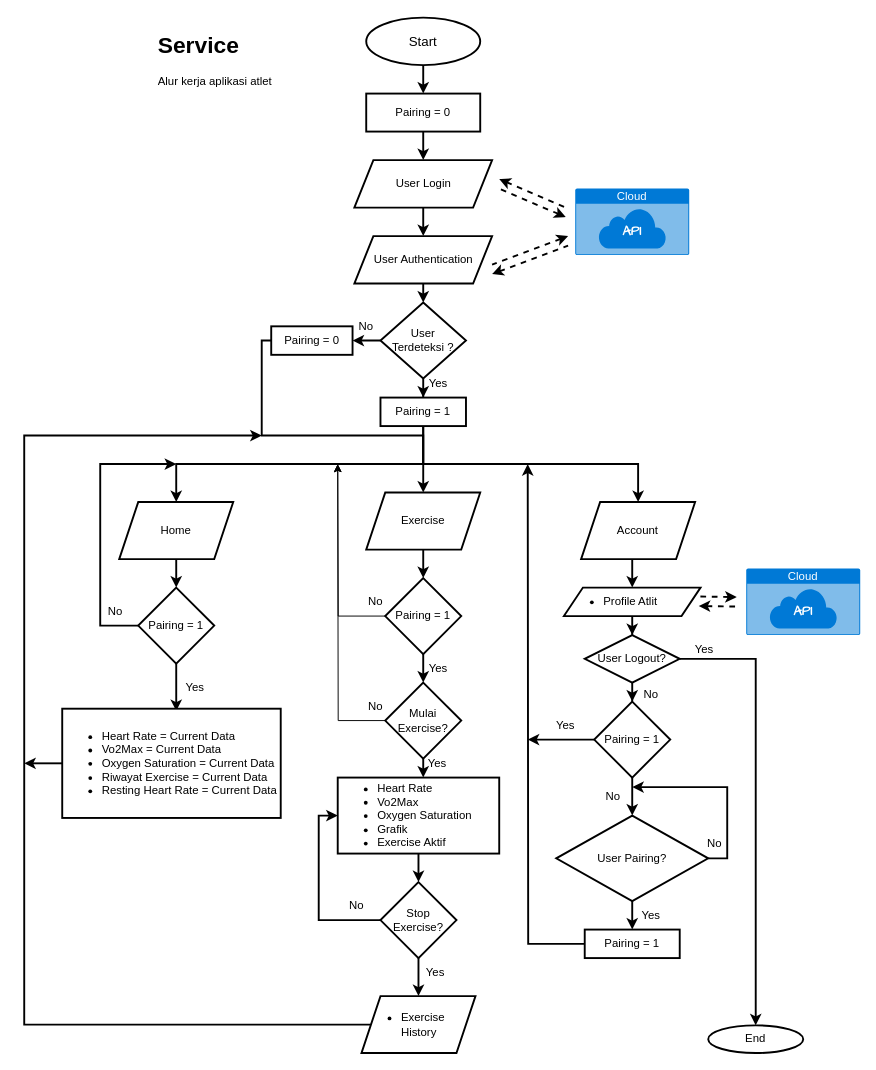
Before: Smartwatch.drawio in ilhamdestyo/draw.io, a draw.io diagram. Source tidied: cells renumbered, new cells numbered last; positions are measured from the earlier drawing's top-left corner, leaving out a move shared by most shapes. Both pictures are drawn from the tidied source at 95%, with x=0, y=0 at pixel (24, 17).
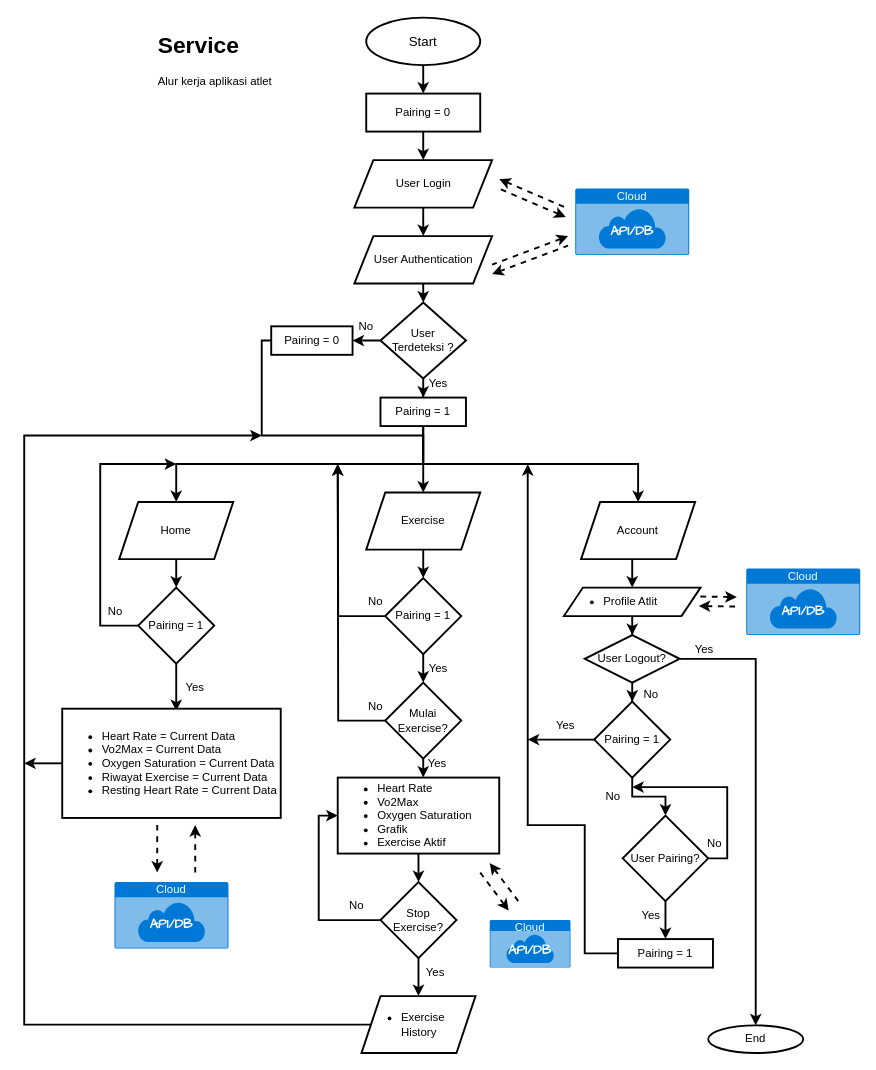
After the change.

The change refers to these unchanged cells:
```xml
<mxCell id="12" style="group;strokeWidth=2;" parent="1" vertex="1">
  <mxGeometry x="760" y="580" width="120" height="70" as="geometry" />
</mxCell>
<mxCell id="15" style="group;strokeWidth=2;" parent="1" vertex="1">
  <mxGeometry x="492.5" y="170" width="207.5" height="100" as="geometry" />
</mxCell>
<mxCell id="43" value="Pairing = 1" style="rhombus;whiteSpace=wrap;html=1;strokeWidth=2;" parent="1" vertex="1">
  <mxGeometry x="380" y="590" width="80" height="80" as="geometry" />
</mxCell>
<mxCell id="63" value="Mulai&lt;br&gt;Exercise?" style="rhombus;whiteSpace=wrap;html=1;strokeWidth=2;" parent="1" vertex="1">
  <mxGeometry x="380" y="700" width="80" height="80" as="geometry" />
</mxCell>
```

Diff of the diagram source:
```diff
@@
-    <mxCell id="14" value="&lt;font color=&quot;#ffffff&quot; face=&quot;Comic Sans MS&quot; style=&quot;font-size: 14px;&quot;&gt;&lt;b&gt;API&lt;/b&gt;&lt;/font&gt;" style="text;html=1;strokeColor=none;fillColor=none;align=center;verticalAlign=middle;whiteSpace=wrap;rounded=0;strokeWidth=2;" parent="12" vertex="1">
+    <mxCell id="14" value="&lt;font color=&quot;#ffffff&quot; face=&quot;Comic Sans MS&quot; style=&quot;font-size: 14px;&quot;&gt;&lt;b&gt;API/DB&lt;/b&gt;&lt;/font&gt;" style="text;html=1;strokeColor=none;fillColor=none;align=center;verticalAlign=middle;whiteSpace=wrap;rounded=0;strokeWidth=2;" parent="12" vertex="1">
       <mxGeometry x="30" y="30" width="60" height="30" as="geometry" />
     </mxCell>
@@
-    <mxCell id="21" value="&lt;font color=&quot;#ffffff&quot; face=&quot;Comic Sans MS&quot; style=&quot;font-size: 14px;&quot;&gt;&lt;b&gt;API&lt;/b&gt;&lt;/font&gt;" style="text;html=1;strokeColor=none;fillColor=none;align=center;verticalAlign=middle;whiteSpace=wrap;rounded=0;strokeWidth=2;" parent="15" vertex="1">
+    <mxCell id="21" value="&lt;font color=&quot;#ffffff&quot; face=&quot;Comic Sans MS&quot; style=&quot;font-size: 14px;&quot;&gt;&lt;b&gt;API/DB&lt;/b&gt;&lt;/font&gt;" style="text;html=1;strokeColor=none;fillColor=none;align=center;verticalAlign=middle;whiteSpace=wrap;rounded=0;strokeWidth=2;" parent="15" vertex="1">
       <mxGeometry x="117.5" y="40" width="60" height="30" as="geometry" />
     </mxCell>
     <mxCell id="22" style="edgeStyle=orthogonalEdgeStyle;rounded=0;jettySize=auto;html=1;strokeWidth=2;exitX=0;exitY=0.5;exitDx=0;exitDy=0;" parent="1" edge="1" source="84">
       <mxGeometry relative="1" as="geometry">
         <mxPoint x="530" y="470" as="targetPoint" />
+        <Array as="points">
+          <mxPoint x="590" y="850" />
+          <mxPoint x="530" y="850" />
+        </Array>
       </mxGeometry>
     </mxCell>
@@
     <mxCell id="25" value="User Pairing?" style="rhombus;whiteSpace=wrap;html=1;align=center;strokeWidth=2;" parent="1" vertex="1">
-      <mxGeometry x="560" y="840" width="160" height="90" as="geometry" />
+      <mxGeometry x="630" y="840" width="90" height="90" as="geometry" />
     </mxCell>
@@
-    <mxCell id="42" style="edgeStyle=orthogonalEdgeStyle;rounded=0;jettySize=auto;html=1;" parent="1" edge="1" source="43">
+    <mxCell id="42" style="edgeStyle=orthogonalEdgeStyle;rounded=0;jettySize=auto;html=1;strokeWidth=2;" parent="1" edge="1" source="43">
       <mxGeometry relative="1" as="geometry">
         <mxPoint x="330" y="470" as="targetPoint" />
       </mxGeometry>
     </mxCell>
@@
-    <mxCell id="62" style="edgeStyle=orthogonalEdgeStyle;rounded=0;jettySize=auto;html=1;" parent="1" edge="1" source="63">
+    <mxCell id="62" style="edgeStyle=orthogonalEdgeStyle;rounded=0;jettySize=auto;html=1;strokeWidth=2;" parent="1" edge="1" source="63">
       <mxGeometry relative="1" as="geometry">
         <mxPoint x="330" y="470" as="targetPoint" />
       </mxGeometry>
     </mxCell>
@@
     <mxCell id="84" value="Pairing = 1" style="rounded=0;whiteSpace=wrap;html=1;strokeWidth=2;" parent="1" vertex="1">
-      <mxGeometry x="590" y="960" width="100" height="30" as="geometry" />
+      <mxGeometry x="625" y="970" width="100" height="30" as="geometry" />
     </mxCell>
+    <mxCell id="85" style="group;strokeWidth=2;" parent="1" vertex="1">
+      <mxGeometry x="95" y="910" width="120" height="70" as="geometry" />
+    </mxCell>
+    <mxCell id="86" value="Cloud" style="html=1;whiteSpace=wrap;strokeColor=none;fillColor=#0079D6;labelPosition=center;verticalLabelPosition=middle;verticalAlign=top;align=center;fontSize=12;spacingTop=-6;fontColor=#FFFFFF;sketch=0;shape=mxgraph.sitemap.cloud;strokeWidth=2;" parent="85" vertex="1">
+      <mxGeometry width="120" height="70" as="geometry" />
+    </mxCell>
+    <mxCell id="87" value="&lt;font color=&quot;#ffffff&quot; face=&quot;Comic Sans MS&quot; style=&quot;font-size: 14px;&quot;&gt;&lt;b&gt;API/DB&lt;/b&gt;&lt;/font&gt;" style="text;html=1;strokeColor=none;fillColor=none;align=center;verticalAlign=middle;whiteSpace=wrap;rounded=0;strokeWidth=2;" parent="85" vertex="1">
+      <mxGeometry x="30" y="30" width="60" height="30" as="geometry" />
+    </mxCell>
+    <mxCell id="88" style="group;strokeWidth=2;" parent="1" vertex="1">
+      <mxGeometry x="490" y="950" width="85" height="50" as="geometry" />
+    </mxCell>
+    <mxCell id="89" value="Cloud" style="html=1;whiteSpace=wrap;strokeColor=none;fillColor=#0079D6;labelPosition=center;verticalLabelPosition=middle;verticalAlign=top;align=center;fontSize=12;spacingTop=-6;fontColor=#FFFFFF;sketch=0;shape=mxgraph.sitemap.cloud;strokeWidth=2;" parent="88" vertex="1">
+      <mxGeometry width="85" height="50" as="geometry" />
+    </mxCell>
+    <mxCell id="90" value="&lt;font color=&quot;#ffffff&quot; face=&quot;Comic Sans MS&quot; style=&quot;font-size: 14px;&quot;&gt;&lt;b&gt;API/DB&lt;/b&gt;&lt;/font&gt;" style="text;html=1;strokeColor=none;fillColor=none;align=center;verticalAlign=middle;whiteSpace=wrap;rounded=0;strokeWidth=2;" parent="88" vertex="1">
+      <mxGeometry x="21.2" y="21.4" width="42.5" height="21.4" as="geometry" />
+    </mxCell>
+    <mxCell id="91" style="endArrow=none;dashed=1;html=1;rounded=0;strokeWidth=2;startArrow=classic;startFill=1;" parent="1" edge="1">
+      <mxGeometry relative="1" as="geometry">
+        <mxPoint x="140" y="900" as="sourcePoint" />
+        <mxPoint x="140" y="850" as="targetPoint" />
+      </mxGeometry>
+    </mxCell>
+    <mxCell id="92" style="endArrow=none;dashed=1;html=1;rounded=0;strokeWidth=2;startArrow=classic;startFill=1;" parent="1" edge="1">
+      <mxGeometry relative="1" as="geometry">
+        <mxPoint x="180" y="850" as="sourcePoint" />
+        <mxPoint x="180" y="900" as="targetPoint" />
+      </mxGeometry>
+    </mxCell>
+    <mxCell id="93" style="endArrow=none;dashed=1;html=1;rounded=0;strokeWidth=2;startArrow=classic;startFill=1;" parent="1" edge="1">
+      <mxGeometry relative="1" as="geometry">
+        <mxPoint x="510" y="940" as="sourcePoint" />
+        <mxPoint x="480" y="900" as="targetPoint" />
+      </mxGeometry>
+    </mxCell>
+    <mxCell id="94" style="endArrow=none;dashed=1;html=1;rounded=0;strokeWidth=2;startArrow=classic;startFill=1;" parent="1" edge="1">
+      <mxGeometry relative="1" as="geometry">
+        <mxPoint x="490" y="890" as="sourcePoint" />
+        <mxPoint x="520" y="930" as="targetPoint" />
+      </mxGeometry>
+    </mxCell>
```
